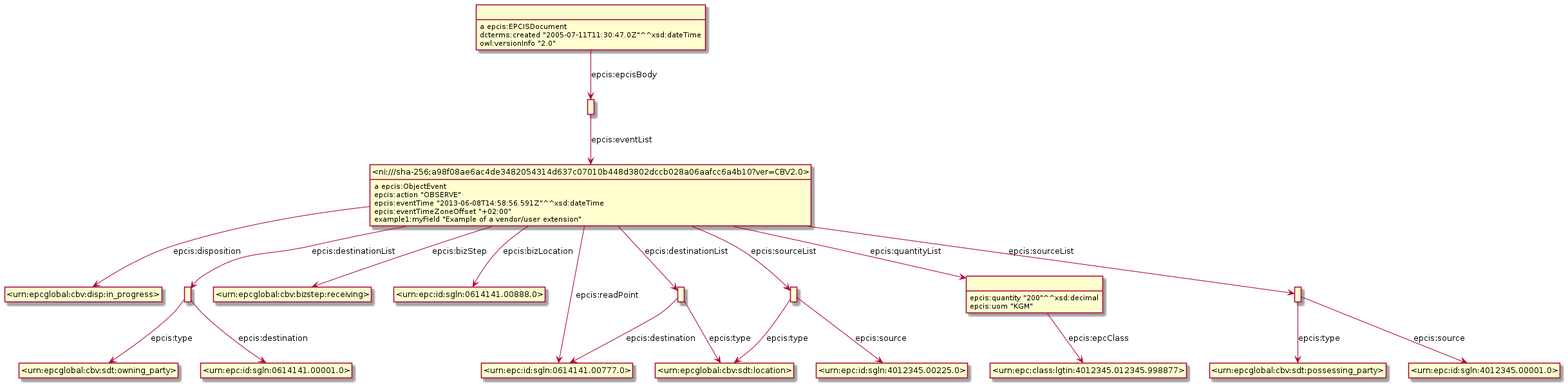
The PlantUML diagram Diagrams/Example_9.6.2-ObjectEvent.png in gs1/EPCIS, before a commit. The source it was exported from:
```plantuml
@startuml
hide empty methods
hide empty attributes
hide circle
skinparam classAttributeIconSize 0
class _ni_sha_256_a98f08ae6ac4de3482054314d637c07010b448d3802dccb028a06aafcc6a4b10_ver_CBV2_0_ as "<ni:///sha-256;a98f08ae6ac4de3482054314d637c07010b448d3802dccb028a06aafcc6a4b10?ver=CBV2.0>"
_ni_sha_256_a98f08ae6ac4de3482054314d637c07010b448d3802dccb028a06aafcc6a4b10_ver_CBV2_0_ : a epcis:ObjectEvent
class _urn_epcglobal_cbv_disp_in_progress_ as "<urn:epcglobal:cbv:disp:in_progress>"
_ni_sha_256_a98f08ae6ac4de3482054314d637c07010b448d3802dccb028a06aafcc6a4b10_ver_CBV2_0_ -down-> _urn_epcglobal_cbv_disp_in_progress_ : epcis:disposition
class _urn_epc_id_sgln_0614141_00777_0_ as "<urn:epc:id:sgln:0614141.00777.0>"
_ni_sha_256_a98f08ae6ac4de3482054314d637c07010b448d3802dccb028a06aafcc6a4b10_ver_CBV2_0_ -down-> _urn_epc_id_sgln_0614141_00777_0_ : epcis:readPoint
class _urn_epcglobal_cbv_bizstep_receiving_ as "<urn:epcglobal:cbv:bizstep:receiving>"
_ni_sha_256_a98f08ae6ac4de3482054314d637c07010b448d3802dccb028a06aafcc6a4b10_ver_CBV2_0_ -down-> _urn_epcglobal_cbv_bizstep_receiving_ : epcis:bizStep
class _urn_epc_id_sgln_0614141_00888_0_ as "<urn:epc:id:sgln:0614141.00888.0>"
_ni_sha_256_a98f08ae6ac4de3482054314d637c07010b448d3802dccb028a06aafcc6a4b10_ver_CBV2_0_ -down-> _urn_epc_id_sgln_0614141_00888_0_ : epcis:bizLocation
class _r1622796196r0_ as " "
_ni_sha_256_a98f08ae6ac4de3482054314d637c07010b448d3802dccb028a06aafcc6a4b10_ver_CBV2_0_ -down-> _r1622796196r0_ : epcis:destinationList
class _r1622796196r1_ as " "
_ni_sha_256_a98f08ae6ac4de3482054314d637c07010b448d3802dccb028a06aafcc6a4b10_ver_CBV2_0_ -down-> _r1622796196r1_ : epcis:destinationList
class _r1622796196r3_ as " "
_ni_sha_256_a98f08ae6ac4de3482054314d637c07010b448d3802dccb028a06aafcc6a4b10_ver_CBV2_0_ -down-> _r1622796196r3_ : epcis:sourceList
class _r1622796196r2_ as " "
_ni_sha_256_a98f08ae6ac4de3482054314d637c07010b448d3802dccb028a06aafcc6a4b10_ver_CBV2_0_ -down-> _r1622796196r2_ : epcis:quantityList
class _r1622796196r4_ as " "
_ni_sha_256_a98f08ae6ac4de3482054314d637c07010b448d3802dccb028a06aafcc6a4b10_ver_CBV2_0_ -down-> _r1622796196r4_ : epcis:sourceList
_ni_sha_256_a98f08ae6ac4de3482054314d637c07010b448d3802dccb028a06aafcc6a4b10_ver_CBV2_0_ : epcis:action "OBSERVE"
_ni_sha_256_a98f08ae6ac4de3482054314d637c07010b448d3802dccb028a06aafcc6a4b10_ver_CBV2_0_ : epcis:eventTime "2013-06-08T14:58:56.591Z"^^xsd:dateTime
_ni_sha_256_a98f08ae6ac4de3482054314d637c07010b448d3802dccb028a06aafcc6a4b10_ver_CBV2_0_ : epcis:eventTimeZoneOffset "+02:00"
_ni_sha_256_a98f08ae6ac4de3482054314d637c07010b448d3802dccb028a06aafcc6a4b10_ver_CBV2_0_ : example1:myField "Example of a vendor/user extension"
class _r1622796196r5_ as " "
_r1622796196r5_ : a epcis:EPCISDocument
class _r1622796196r6_ as " "
_r1622796196r5_ -down-> _r1622796196r6_ : epcis:epcisBody
_r1622796196r5_ : dcterms:created "2005-07-11T11:30:47.0Z"^^xsd:dateTime
_r1622796196r5_ : owl:versionInfo "2.0"
class _urn_epcglobal_cbv_sdt_location_ as "<urn:epcglobal:cbv:sdt:location>"
_r1622796196r1_ -down-> _urn_epcglobal_cbv_sdt_location_ : epcis:type
_r1622796196r1_ -down-> _urn_epc_id_sgln_0614141_00777_0_ : epcis:destination
_r1622796196r3_ -down-> _urn_epcglobal_cbv_sdt_location_ : epcis:type
class _urn_epc_id_sgln_4012345_00225_0_ as "<urn:epc:id:sgln:4012345.00225.0>"
_r1622796196r3_ -down-> _urn_epc_id_sgln_4012345_00225_0_ : epcis:source
class _urn_epc_class_lgtin_4012345_012345_998877_ as "<urn:epc:class:lgtin:4012345.012345.998877>"
_r1622796196r2_ -down-> _urn_epc_class_lgtin_4012345_012345_998877_ : epcis:epcClass
_r1622796196r2_ : epcis:quantity "200"^^xsd:decimal
_r1622796196r2_ : epcis:uom "KGM"
class _urn_epcglobal_cbv_sdt_possessing_party_ as "<urn:epcglobal:cbv:sdt:possessing_party>"
_r1622796196r4_ -down-> _urn_epcglobal_cbv_sdt_possessing_party_ : epcis:type
class _urn_epc_id_sgln_4012345_00001_0_ as "<urn:epc:id:sgln:4012345.00001.0>"
_r1622796196r4_ -down-> _urn_epc_id_sgln_4012345_00001_0_ : epcis:source
class _urn_epcglobal_cbv_sdt_owning_party_ as "<urn:epcglobal:cbv:sdt:owning_party>"
_r1622796196r0_ -down-> _urn_epcglobal_cbv_sdt_owning_party_ : epcis:type
class _urn_epc_id_sgln_0614141_00001_0_ as "<urn:epc:id:sgln:0614141.00001.0>"
_r1622796196r0_ -down-> _urn_epc_id_sgln_0614141_00001_0_ : epcis:destination
_r1622796196r6_ -down-> _ni_sha_256_a98f08ae6ac4de3482054314d637c07010b448d3802dccb028a06aafcc6a4b10_ver_CBV2_0_ : epcis:eventList
@enduml
```
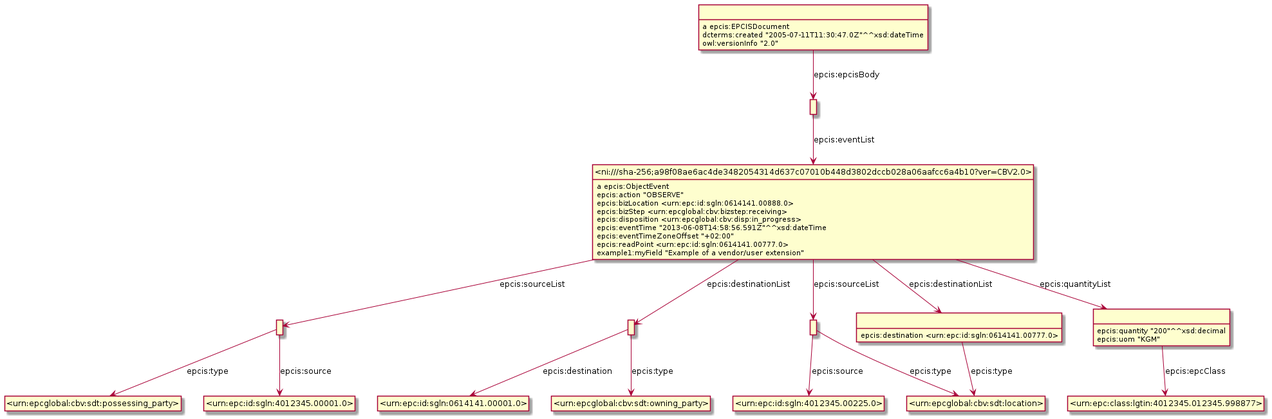
Later version of the same file.

Diff of the diagram source:
```diff
@@ -3,53 +3,49 @@
 hide empty attributes
 hide circle
 skinparam classAttributeIconSize 0
+class _r1623307979r4_ as " "
+class _urn_epcglobal_cbv_sdt_possessing_party_ as "<urn:epcglobal:cbv:sdt:possessing_party>"
+_r1623307979r4_ -down-> _urn_epcglobal_cbv_sdt_possessing_party_ : epcis:type
+class _urn_epc_id_sgln_4012345_00001_0_ as "<urn:epc:id:sgln:4012345.00001.0>"
+_r1623307979r4_ -down-> _urn_epc_id_sgln_4012345_00001_0_ : epcis:source
+class _r1623307979r6_ as " "
 class _ni_sha_256_a98f08ae6ac4de3482054314d637c07010b448d3802dccb028a06aafcc6a4b10_ver_CBV2_0_ as "<ni:///sha-256;a98f08ae6ac4de3482054314d637c07010b448d3802dccb028a06aafcc6a4b10?ver=CBV2.0>"
+_r1623307979r6_ -down-> _ni_sha_256_a98f08ae6ac4de3482054314d637c07010b448d3802dccb028a06aafcc6a4b10_ver_CBV2_0_ : epcis:eventList
+class _r1623307979r0_ as " "
+class _urn_epc_id_sgln_0614141_00001_0_ as "<urn:epc:id:sgln:0614141.00001.0>"
+_r1623307979r0_ -down-> _urn_epc_id_sgln_0614141_00001_0_ : epcis:destination
+class _urn_epcglobal_cbv_sdt_owning_party_ as "<urn:epcglobal:cbv:sdt:owning_party>"
+_r1623307979r0_ -down-> _urn_epcglobal_cbv_sdt_owning_party_ : epcis:type
+class _r1623307979r3_ as " "
+class _urn_epcglobal_cbv_sdt_location_ as "<urn:epcglobal:cbv:sdt:location>"
+_r1623307979r3_ -down-> _urn_epcglobal_cbv_sdt_location_ : epcis:type
+class _urn_epc_id_sgln_4012345_00225_0_ as "<urn:epc:id:sgln:4012345.00225.0>"
+_r1623307979r3_ -down-> _urn_epc_id_sgln_4012345_00225_0_ : epcis:source
 _ni_sha_256_a98f08ae6ac4de3482054314d637c07010b448d3802dccb028a06aafcc6a4b10_ver_CBV2_0_ : a epcis:ObjectEvent
-class _urn_epcglobal_cbv_disp_in_progress_ as "<urn:epcglobal:cbv:disp:in_progress>"
-_ni_sha_256_a98f08ae6ac4de3482054314d637c07010b448d3802dccb028a06aafcc6a4b10_ver_CBV2_0_ -down-> _urn_epcglobal_cbv_disp_in_progress_ : epcis:disposition
-class _urn_epc_id_sgln_0614141_00777_0_ as "<urn:epc:id:sgln:0614141.00777.0>"
-_ni_sha_256_a98f08ae6ac4de3482054314d637c07010b448d3802dccb028a06aafcc6a4b10_ver_CBV2_0_ -down-> _urn_epc_id_sgln_0614141_00777_0_ : epcis:readPoint
-class _urn_epcglobal_cbv_bizstep_receiving_ as "<urn:epcglobal:cbv:bizstep:receiving>"
-_ni_sha_256_a98f08ae6ac4de3482054314d637c07010b448d3802dccb028a06aafcc6a4b10_ver_CBV2_0_ -down-> _urn_epcglobal_cbv_bizstep_receiving_ : epcis:bizStep
-class _urn_epc_id_sgln_0614141_00888_0_ as "<urn:epc:id:sgln:0614141.00888.0>"
-_ni_sha_256_a98f08ae6ac4de3482054314d637c07010b448d3802dccb028a06aafcc6a4b10_ver_CBV2_0_ -down-> _urn_epc_id_sgln_0614141_00888_0_ : epcis:bizLocation
-class _r1622796196r0_ as " "
-_ni_sha_256_a98f08ae6ac4de3482054314d637c07010b448d3802dccb028a06aafcc6a4b10_ver_CBV2_0_ -down-> _r1622796196r0_ : epcis:destinationList
-class _r1622796196r1_ as " "
-_ni_sha_256_a98f08ae6ac4de3482054314d637c07010b448d3802dccb028a06aafcc6a4b10_ver_CBV2_0_ -down-> _r1622796196r1_ : epcis:destinationList
-class _r1622796196r3_ as " "
-_ni_sha_256_a98f08ae6ac4de3482054314d637c07010b448d3802dccb028a06aafcc6a4b10_ver_CBV2_0_ -down-> _r1622796196r3_ : epcis:sourceList
-class _r1622796196r2_ as " "
-_ni_sha_256_a98f08ae6ac4de3482054314d637c07010b448d3802dccb028a06aafcc6a4b10_ver_CBV2_0_ -down-> _r1622796196r2_ : epcis:quantityList
-class _r1622796196r4_ as " "
-_ni_sha_256_a98f08ae6ac4de3482054314d637c07010b448d3802dccb028a06aafcc6a4b10_ver_CBV2_0_ -down-> _r1622796196r4_ : epcis:sourceList
+_ni_sha_256_a98f08ae6ac4de3482054314d637c07010b448d3802dccb028a06aafcc6a4b10_ver_CBV2_0_ -down-> _r1623307979r3_ : epcis:sourceList
+class _r1623307979r2_ as " "
+_ni_sha_256_a98f08ae6ac4de3482054314d637c07010b448d3802dccb028a06aafcc6a4b10_ver_CBV2_0_ -down-> _r1623307979r2_ : epcis:quantityList
+_ni_sha_256_a98f08ae6ac4de3482054314d637c07010b448d3802dccb028a06aafcc6a4b10_ver_CBV2_0_ -down-> _r1623307979r0_ : epcis:destinationList
+class _r1623307979r1_ as " "
+_ni_sha_256_a98f08ae6ac4de3482054314d637c07010b448d3802dccb028a06aafcc6a4b10_ver_CBV2_0_ -down-> _r1623307979r1_ : epcis:destinationList
+_ni_sha_256_a98f08ae6ac4de3482054314d637c07010b448d3802dccb028a06aafcc6a4b10_ver_CBV2_0_ -down-> _r1623307979r4_ : epcis:sourceList
 _ni_sha_256_a98f08ae6ac4de3482054314d637c07010b448d3802dccb028a06aafcc6a4b10_ver_CBV2_0_ : epcis:action "OBSERVE"
+_ni_sha_256_a98f08ae6ac4de3482054314d637c07010b448d3802dccb028a06aafcc6a4b10_ver_CBV2_0_ : epcis:bizLocation <urn:epc:id:sgln:0614141.00888.0>
+_ni_sha_256_a98f08ae6ac4de3482054314d637c07010b448d3802dccb028a06aafcc6a4b10_ver_CBV2_0_ : epcis:bizStep <urn:epcglobal:cbv:bizstep:receiving>
+_ni_sha_256_a98f08ae6ac4de3482054314d637c07010b448d3802dccb028a06aafcc6a4b10_ver_CBV2_0_ : epcis:disposition <urn:epcglobal:cbv:disp:in_progress>
 _ni_sha_256_a98f08ae6ac4de3482054314d637c07010b448d3802dccb028a06aafcc6a4b10_ver_CBV2_0_ : epcis:eventTime "2013-06-08T14:58:56.591Z"^^xsd:dateTime
 _ni_sha_256_a98f08ae6ac4de3482054314d637c07010b448d3802dccb028a06aafcc6a4b10_ver_CBV2_0_ : epcis:eventTimeZoneOffset "+02:00"
+_ni_sha_256_a98f08ae6ac4de3482054314d637c07010b448d3802dccb028a06aafcc6a4b10_ver_CBV2_0_ : epcis:readPoint <urn:epc:id:sgln:0614141.00777.0>
 _ni_sha_256_a98f08ae6ac4de3482054314d637c07010b448d3802dccb028a06aafcc6a4b10_ver_CBV2_0_ : example1:myField "Example of a vendor/user extension"
-class _r1622796196r5_ as " "
-_r1622796196r5_ : a epcis:EPCISDocument
-class _r1622796196r6_ as " "
-_r1622796196r5_ -down-> _r1622796196r6_ : epcis:epcisBody
-_r1622796196r5_ : dcterms:created "2005-07-11T11:30:47.0Z"^^xsd:dateTime
-_r1622796196r5_ : owl:versionInfo "2.0"
-class _urn_epcglobal_cbv_sdt_location_ as "<urn:epcglobal:cbv:sdt:location>"
-_r1622796196r1_ -down-> _urn_epcglobal_cbv_sdt_location_ : epcis:type
-_r1622796196r1_ -down-> _urn_epc_id_sgln_0614141_00777_0_ : epcis:destination
-_r1622796196r3_ -down-> _urn_epcglobal_cbv_sdt_location_ : epcis:type
-class _urn_epc_id_sgln_4012345_00225_0_ as "<urn:epc:id:sgln:4012345.00225.0>"
-_r1622796196r3_ -down-> _urn_epc_id_sgln_4012345_00225_0_ : epcis:source
+_r1623307979r1_ -down-> _urn_epcglobal_cbv_sdt_location_ : epcis:type
+_r1623307979r1_ : epcis:destination <urn:epc:id:sgln:0614141.00777.0>
+class _r1623307979r5_ as " "
+_r1623307979r5_ : a epcis:EPCISDocument
+_r1623307979r5_ -down-> _r1623307979r6_ : epcis:epcisBody
+_r1623307979r5_ : dcterms:created "2005-07-11T11:30:47.0Z"^^xsd:dateTime
+_r1623307979r5_ : owl:versionInfo "2.0"
 class _urn_epc_class_lgtin_4012345_012345_998877_ as "<urn:epc:class:lgtin:4012345.012345.998877>"
-_r1622796196r2_ -down-> _urn_epc_class_lgtin_4012345_012345_998877_ : epcis:epcClass
-_r1622796196r2_ : epcis:quantity "200"^^xsd:decimal
-_r1622796196r2_ : epcis:uom "KGM"
-class _urn_epcglobal_cbv_sdt_possessing_party_ as "<urn:epcglobal:cbv:sdt:possessing_party>"
-_r1622796196r4_ -down-> _urn_epcglobal_cbv_sdt_possessing_party_ : epcis:type
-class _urn_epc_id_sgln_4012345_00001_0_ as "<urn:epc:id:sgln:4012345.00001.0>"
-_r1622796196r4_ -down-> _urn_epc_id_sgln_4012345_00001_0_ : epcis:source
-class _urn_epcglobal_cbv_sdt_owning_party_ as "<urn:epcglobal:cbv:sdt:owning_party>"
-_r1622796196r0_ -down-> _urn_epcglobal_cbv_sdt_owning_party_ : epcis:type
-class _urn_epc_id_sgln_0614141_00001_0_ as "<urn:epc:id:sgln:0614141.00001.0>"
-_r1622796196r0_ -down-> _urn_epc_id_sgln_0614141_00001_0_ : epcis:destination
-_r1622796196r6_ -down-> _ni_sha_256_a98f08ae6ac4de3482054314d637c07010b448d3802dccb028a06aafcc6a4b10_ver_CBV2_0_ : epcis:eventList
+_r1623307979r2_ -down-> _urn_epc_class_lgtin_4012345_012345_998877_ : epcis:epcClass
+_r1623307979r2_ : epcis:quantity "200"^^xsd:decimal
+_r1623307979r2_ : epcis:uom "KGM"
 @enduml
```
